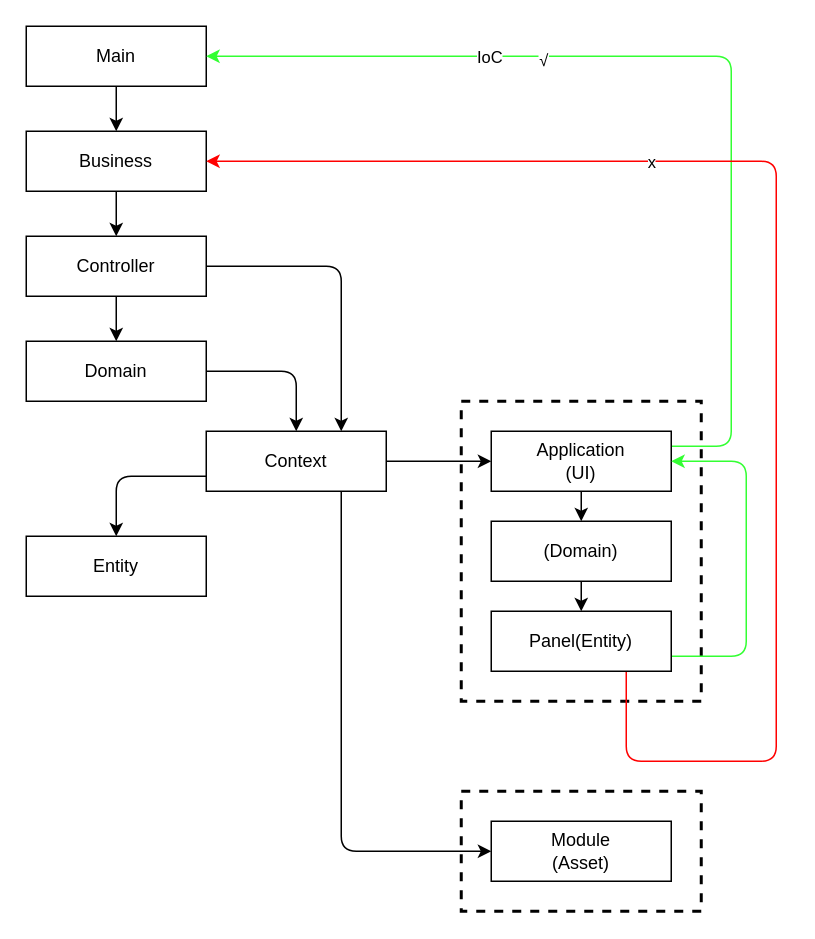
Before: Architecture.drawio in JackGuiding/ArchitectureTutorial, a draw.io diagram. Source tidied: cells renumbered, new cells numbered last; positions are measured from the earlier drawing's top-left corner, leaving out a move shared by most shapes. Both pictures are drawn from the tidied source at 150%, with x=0, y=0 at pixel (26, 26).
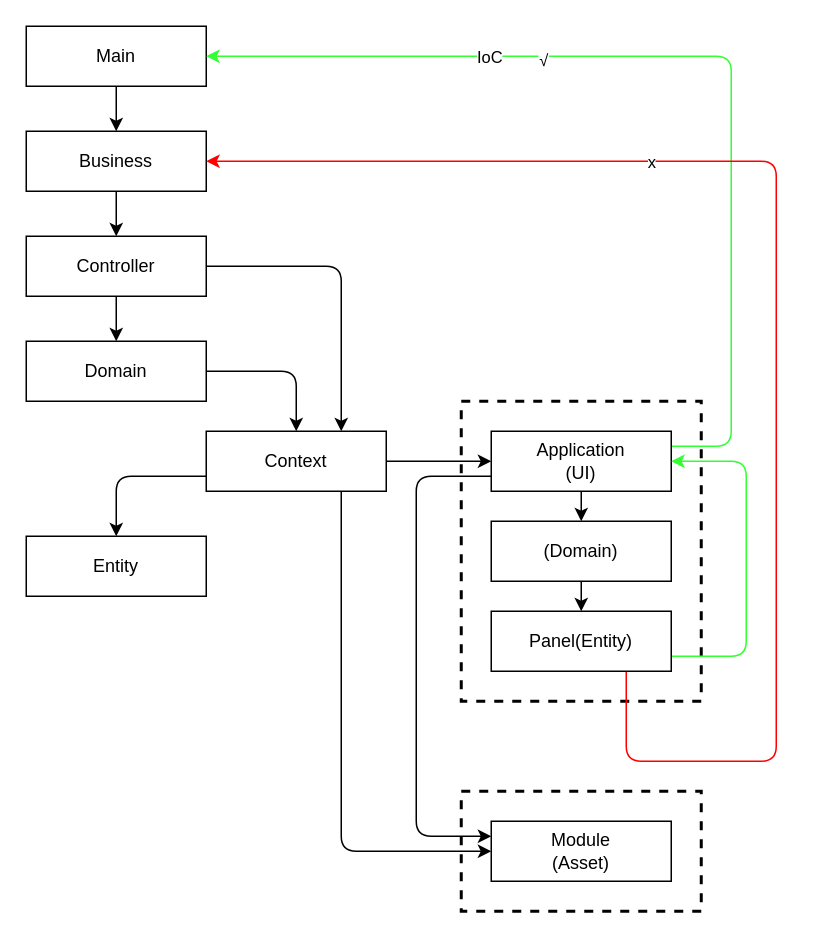
The same page after the edit.

Unchanged cells that the change refers to:
```xml
<mxCell id="22" value="Application&lt;br&gt;(UI)" style="rounded=0;whiteSpace=wrap;html=1;" parent="1" vertex="1">
  <mxGeometry x="310" y="270" width="120" height="40" as="geometry" />
</mxCell>
<mxCell id="29" value="Module&lt;br&gt;(Asset)" style="rounded=0;whiteSpace=wrap;html=1;" parent="1" vertex="1">
  <mxGeometry x="310" y="530" width="120" height="40" as="geometry" />
</mxCell>
```

Diff of the diagram source:
```diff
@@
+    <mxCell id="30" style="edgeStyle=orthogonalEdgeStyle;shape=connector;rounded=1;html=1;exitX=0;exitY=0.75;exitDx=0;exitDy=0;entryX=0;entryY=0.25;entryDx=0;entryDy=0;labelBackgroundColor=default;strokeColor=#000000;fontFamily=Helvetica;fontSize=11;fontColor=default;endArrow=classic;" parent="1" edge="1" source="22" target="29">
+      <mxGeometry relative="1" as="geometry">
+        <Array as="points">
+          <mxPoint x="260" y="300" />
+          <mxPoint x="260" y="540" />
+        </Array>
+      </mxGeometry>
+    </mxCell>
```
